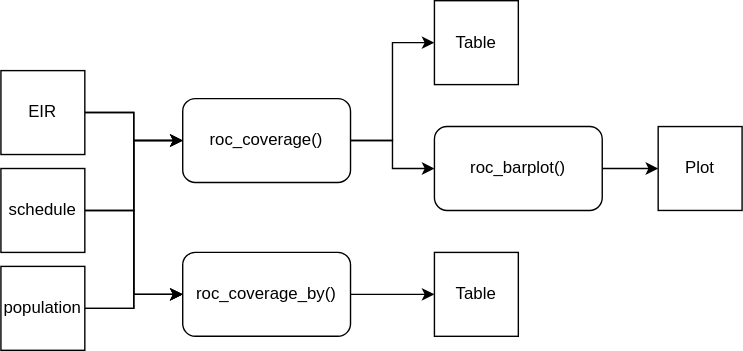
Earlier version of the draw.io export vignettes/roc_workflow_1.svg (IM-Data-PAHO/pahoabc). Source tidied: cells renumbered, new cells last; positions are measured from the earlier drawing's top-left corner, leaving out a move shared by most shapes. The source it was exported from:
```xml
<mxGraphModel>
  <root>
    <mxCell id="0" />
    <mxCell id="1" parent="0" />
    <mxCell id="2" value="Table" style="rounded=0;whiteSpace=wrap;html=1;" parent="1" vertex="1">
      <mxGeometry x="310" width="60" height="60" as="geometry" />
    </mxCell>
    <mxCell id="3" value="Plot" style="rounded=0;whiteSpace=wrap;html=1;" parent="1" vertex="1">
      <mxGeometry x="470" y="90" width="60" height="60" as="geometry" />
    </mxCell>
    <mxCell id="4" style="edgeStyle=orthogonalEdgeStyle;rounded=0;jettySize=auto;html=1;entryX=0;entryY=0.5;entryDx=0;entryDy=0;" parent="1" edge="1" source="6" target="2">
      <mxGeometry relative="1" as="geometry" />
    </mxCell>
    <mxCell id="5" style="edgeStyle=orthogonalEdgeStyle;rounded=0;jettySize=auto;html=1;entryX=0;entryY=0.5;entryDx=0;entryDy=0;" parent="1" edge="1" source="6" target="20">
      <mxGeometry relative="1" as="geometry" />
    </mxCell>
    <mxCell id="6" value="roc_coverage()" style="rounded=1;whiteSpace=wrap;html=1;" parent="1" vertex="1">
      <mxGeometry x="130" y="70" width="120" height="60" as="geometry" />
    </mxCell>
    <mxCell id="7" style="edgeStyle=orthogonalEdgeStyle;rounded=0;jettySize=auto;html=1;entryX=0;entryY=0.5;entryDx=0;entryDy=0;" parent="1" edge="1" source="8" target="9">
      <mxGeometry relative="1" as="geometry" />
    </mxCell>
    <mxCell id="8" value="roc_coverage_by()" style="rounded=1;whiteSpace=wrap;html=1;" parent="1" vertex="1">
      <mxGeometry x="130" y="180" width="120" height="60" as="geometry" />
    </mxCell>
    <mxCell id="9" value="Table" style="rounded=0;whiteSpace=wrap;html=1;" parent="1" vertex="1">
      <mxGeometry x="310" y="180" width="60" height="60" as="geometry" />
    </mxCell>
    <mxCell id="10" style="edgeStyle=orthogonalEdgeStyle;rounded=0;jettySize=auto;html=1;entryX=0;entryY=0.5;entryDx=0;entryDy=0;" parent="1" edge="1" source="12" target="6">
      <mxGeometry relative="1" as="geometry" />
    </mxCell>
    <mxCell id="11" style="edgeStyle=orthogonalEdgeStyle;rounded=0;jettySize=auto;html=1;entryX=0;entryY=0.5;entryDx=0;entryDy=0;" parent="1" edge="1" source="12" target="8">
      <mxGeometry relative="1" as="geometry" />
    </mxCell>
    <mxCell id="12" value="EIR" style="rounded=0;whiteSpace=wrap;html=1;" parent="1" vertex="1">
      <mxGeometry y="50" width="60" height="60" as="geometry" />
    </mxCell>
    <mxCell id="13" style="edgeStyle=orthogonalEdgeStyle;rounded=0;jettySize=auto;html=1;entryX=0;entryY=0.5;entryDx=0;entryDy=0;" parent="1" edge="1" source="15" target="6">
      <mxGeometry relative="1" as="geometry" />
    </mxCell>
    <mxCell id="14" style="edgeStyle=orthogonalEdgeStyle;rounded=0;jettySize=auto;html=1;entryX=0;entryY=0.5;entryDx=0;entryDy=0;" parent="1" edge="1" source="15" target="8">
      <mxGeometry relative="1" as="geometry" />
    </mxCell>
    <mxCell id="15" value="schedule" style="rounded=0;whiteSpace=wrap;html=1;" parent="1" vertex="1">
      <mxGeometry y="120" width="60" height="60" as="geometry" />
    </mxCell>
    <mxCell id="16" style="edgeStyle=orthogonalEdgeStyle;rounded=0;jettySize=auto;html=1;entryX=0;entryY=0.5;entryDx=0;entryDy=0;" parent="1" edge="1" source="18" target="6">
      <mxGeometry relative="1" as="geometry" />
    </mxCell>
    <mxCell id="17" style="edgeStyle=orthogonalEdgeStyle;rounded=0;jettySize=auto;html=1;entryX=0;entryY=0.5;entryDx=0;entryDy=0;" parent="1" edge="1" source="18" target="8">
      <mxGeometry relative="1" as="geometry" />
    </mxCell>
    <mxCell id="18" value="population" style="rounded=0;whiteSpace=wrap;html=1;" parent="1" vertex="1">
      <mxGeometry y="190" width="60" height="60" as="geometry" />
    </mxCell>
    <mxCell id="19" style="edgeStyle=orthogonalEdgeStyle;rounded=0;jettySize=auto;html=1;entryX=0;entryY=0.5;entryDx=0;entryDy=0;" parent="1" edge="1" source="20" target="3">
      <mxGeometry relative="1" as="geometry" />
    </mxCell>
    <mxCell id="20" value="roc_barplot()" style="rounded=1;whiteSpace=wrap;html=1;" parent="1" vertex="1">
      <mxGeometry x="310" y="90" width="120" height="60" as="geometry" />
    </mxCell>
  </root>
</mxGraphModel>
```
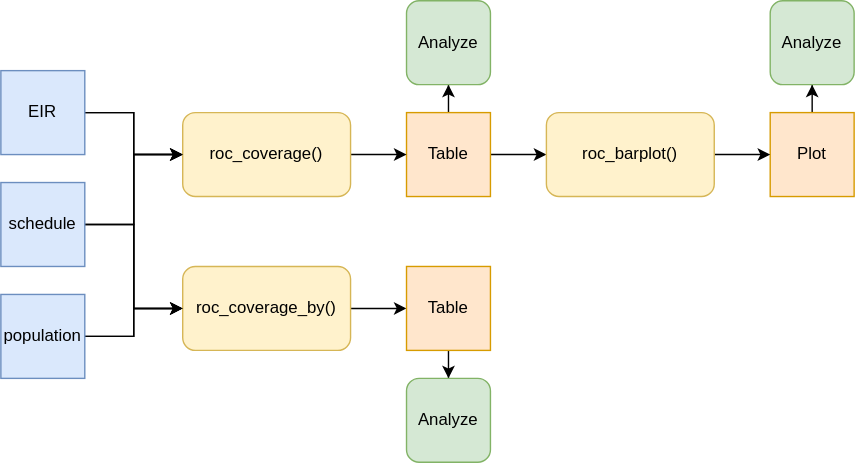
Later version of the same file.

Diff of the diagram source:
```diff
@@ -2,38 +2,47 @@
   <root>
     <mxCell id="0" />
     <mxCell id="1" parent="0" />
-    <mxCell id="2" value="Table" style="rounded=0;whiteSpace=wrap;html=1;" parent="1" vertex="1">
-      <mxGeometry x="310" width="60" height="60" as="geometry" />
-    </mxCell>
+    <mxCell id="21" style="edgeStyle=orthogonalEdgeStyle;rounded=0;jettySize=auto;html=1;" parent="1" edge="1" source="23" target="20">
+      <mxGeometry relative="1" as="geometry" />
+    </mxCell>
+    <mxCell id="22" style="edgeStyle=orthogonalEdgeStyle;rounded=0;jettySize=auto;html=1;" parent="1" edge="1" source="23" target="29">
+      <mxGeometry relative="1" as="geometry" />
+    </mxCell>
+    <mxCell id="23" value="Table" style="rounded=0;whiteSpace=wrap;html=1;fillColor=#ffe6cc;strokeColor=#d79b00;" parent="1" vertex="1">
+      <mxGeometry x="290" y="70" width="60" height="60" as="geometry" />
+    </mxCell>
+    <mxCell id="24" style="edgeStyle=orthogonalEdgeStyle;rounded=0;jettySize=auto;html=1;" parent="1" edge="1" source="3" target="31">
+      <mxGeometry relative="1" as="geometry" />
+    </mxCell>
-    <mxCell id="3" value="Plot" style="rounded=0;whiteSpace=wrap;html=1;" parent="1" vertex="1">
-      <mxGeometry x="470" y="90" width="60" height="60" as="geometry" />
+    <mxCell id="3" value="Plot" style="rounded=0;whiteSpace=wrap;html=1;fillColor=#ffe6cc;strokeColor=#d79b00;" parent="1" vertex="1">
+      <mxGeometry x="550" y="70" width="60" height="60" as="geometry" />
     </mxCell>
-    <mxCell id="4" style="edgeStyle=orthogonalEdgeStyle;rounded=0;jettySize=auto;html=1;entryX=0;entryY=0.5;entryDx=0;entryDy=0;" parent="1" edge="1" source="6" target="2">
-      <mxGeometry relative="1" as="geometry" />
-    </mxCell>
-    <mxCell id="5" style="edgeStyle=orthogonalEdgeStyle;rounded=0;jettySize=auto;html=1;entryX=0;entryY=0.5;entryDx=0;entryDy=0;" parent="1" edge="1" source="6" target="20">
-      <mxGeometry relative="1" as="geometry" />
-    </mxCell>
+    <mxCell id="25" style="edgeStyle=orthogonalEdgeStyle;rounded=0;jettySize=auto;html=1;entryX=0;entryY=0.5;entryDx=0;entryDy=0;" parent="1" edge="1" source="6" target="23">
+      <mxGeometry relative="1" as="geometry" />
+    </mxCell>
-    <mxCell id="6" value="roc_coverage()" style="rounded=1;whiteSpace=wrap;html=1;" parent="1" vertex="1">
+    <mxCell id="6" value="roc_coverage()" style="rounded=1;whiteSpace=wrap;html=1;fillColor=#fff2cc;strokeColor=#d6b656;" parent="1" vertex="1">
       <mxGeometry x="130" y="70" width="120" height="60" as="geometry" />
     </mxCell>
-    <mxCell id="7" style="edgeStyle=orthogonalEdgeStyle;rounded=0;jettySize=auto;html=1;entryX=0;entryY=0.5;entryDx=0;entryDy=0;" parent="1" edge="1" source="8" target="9">
-      <mxGeometry relative="1" as="geometry" />
-    </mxCell>
+    <mxCell id="26" style="edgeStyle=orthogonalEdgeStyle;rounded=0;jettySize=auto;html=1;entryX=0;entryY=0.5;entryDx=0;entryDy=0;" parent="1" edge="1" source="8" target="28">
+      <mxGeometry relative="1" as="geometry" />
+    </mxCell>
-    <mxCell id="8" value="roc_coverage_by()" style="rounded=1;whiteSpace=wrap;html=1;" parent="1" vertex="1">
+    <mxCell id="8" value="roc_coverage_by()" style="rounded=1;whiteSpace=wrap;html=1;fillColor=#fff2cc;strokeColor=#d6b656;" parent="1" vertex="1">
       <mxGeometry x="130" y="180" width="120" height="60" as="geometry" />
     </mxCell>
-    <mxCell id="9" value="Table" style="rounded=0;whiteSpace=wrap;html=1;" parent="1" vertex="1">
-      <mxGeometry x="310" y="180" width="60" height="60" as="geometry" />
-    </mxCell>
+    <mxCell id="27" style="edgeStyle=orthogonalEdgeStyle;rounded=0;jettySize=auto;html=1;" parent="1" edge="1" source="28" target="30">
+      <mxGeometry relative="1" as="geometry" />
+    </mxCell>
+    <mxCell id="28" value="Table" style="rounded=0;whiteSpace=wrap;html=1;fillColor=#ffe6cc;strokeColor=#d79b00;" parent="1" vertex="1">
+      <mxGeometry x="290" y="180" width="60" height="60" as="geometry" />
+    </mxCell>
     <mxCell id="10" style="edgeStyle=orthogonalEdgeStyle;rounded=0;jettySize=auto;html=1;entryX=0;entryY=0.5;entryDx=0;entryDy=0;" parent="1" edge="1" source="12" target="6">
       <mxGeometry relative="1" as="geometry" />
     </mxCell>
     <mxCell id="11" style="edgeStyle=orthogonalEdgeStyle;rounded=0;jettySize=auto;html=1;entryX=0;entryY=0.5;entryDx=0;entryDy=0;" parent="1" edge="1" source="12" target="8">
       <mxGeometry relative="1" as="geometry" />
     </mxCell>
-    <mxCell id="12" value="EIR" style="rounded=0;whiteSpace=wrap;html=1;" parent="1" vertex="1">
-      <mxGeometry y="50" width="60" height="60" as="geometry" />
+    <mxCell id="12" value="EIR" style="rounded=0;whiteSpace=wrap;html=1;fillColor=#dae8fc;strokeColor=#6c8ebf;" parent="1" vertex="1">
+      <mxGeometry y="40" width="60" height="60" as="geometry" />
     </mxCell>
     <mxCell id="13" style="edgeStyle=orthogonalEdgeStyle;rounded=0;jettySize=auto;html=1;entryX=0;entryY=0.5;entryDx=0;entryDy=0;" parent="1" edge="1" source="15" target="6">
       <mxGeometry relative="1" as="geometry" />
@@ -41,7 +50,7 @@
     <mxCell id="14" style="edgeStyle=orthogonalEdgeStyle;rounded=0;jettySize=auto;html=1;entryX=0;entryY=0.5;entryDx=0;entryDy=0;" parent="1" edge="1" source="15" target="8">
       <mxGeometry relative="1" as="geometry" />
     </mxCell>
-    <mxCell id="15" value="schedule" style="rounded=0;whiteSpace=wrap;html=1;" parent="1" vertex="1">
+    <mxCell id="15" value="schedule" style="rounded=0;whiteSpace=wrap;html=1;fillColor=#dae8fc;strokeColor=#6c8ebf;" parent="1" vertex="1">
       <mxGeometry y="120" width="60" height="60" as="geometry" />
     </mxCell>
     <mxCell id="16" style="edgeStyle=orthogonalEdgeStyle;rounded=0;jettySize=auto;html=1;entryX=0;entryY=0.5;entryDx=0;entryDy=0;" parent="1" edge="1" source="18" target="6">
@@ -50,14 +59,23 @@
     <mxCell id="17" style="edgeStyle=orthogonalEdgeStyle;rounded=0;jettySize=auto;html=1;entryX=0;entryY=0.5;entryDx=0;entryDy=0;" parent="1" edge="1" source="18" target="8">
       <mxGeometry relative="1" as="geometry" />
     </mxCell>
-    <mxCell id="18" value="population" style="rounded=0;whiteSpace=wrap;html=1;" parent="1" vertex="1">
-      <mxGeometry y="190" width="60" height="60" as="geometry" />
+    <mxCell id="18" value="population" style="rounded=0;whiteSpace=wrap;html=1;fillColor=#dae8fc;strokeColor=#6c8ebf;" parent="1" vertex="1">
+      <mxGeometry y="200" width="60" height="60" as="geometry" />
     </mxCell>
     <mxCell id="19" style="edgeStyle=orthogonalEdgeStyle;rounded=0;jettySize=auto;html=1;entryX=0;entryY=0.5;entryDx=0;entryDy=0;" parent="1" edge="1" source="20" target="3">
       <mxGeometry relative="1" as="geometry" />
     </mxCell>
-    <mxCell id="20" value="roc_barplot()" style="rounded=1;whiteSpace=wrap;html=1;" parent="1" vertex="1">
-      <mxGeometry x="310" y="90" width="120" height="60" as="geometry" />
+    <mxCell id="20" value="roc_barplot()" style="rounded=1;whiteSpace=wrap;html=1;fillColor=#fff2cc;strokeColor=#d6b656;" parent="1" vertex="1">
+      <mxGeometry x="390" y="70" width="120" height="60" as="geometry" />
     </mxCell>
+    <mxCell id="29" value="Analyze" style="rounded=1;whiteSpace=wrap;html=1;fillColor=#d5e8d4;strokeColor=#82b366;" parent="1" vertex="1">
+      <mxGeometry x="290" y="-10" width="60" height="60" as="geometry" />
+    </mxCell>
+    <mxCell id="30" value="Analyze" style="rounded=1;whiteSpace=wrap;html=1;fillColor=#d5e8d4;strokeColor=#82b366;" parent="1" vertex="1">
+      <mxGeometry x="290" y="260" width="60" height="60" as="geometry" />
+    </mxCell>
+    <mxCell id="31" value="Analyze" style="rounded=1;whiteSpace=wrap;html=1;fillColor=#d5e8d4;strokeColor=#82b366;" parent="1" vertex="1">
+      <mxGeometry x="550" y="-10" width="60" height="60" as="geometry" />
+    </mxCell>
   </root>
 </mxGraphModel>
```
